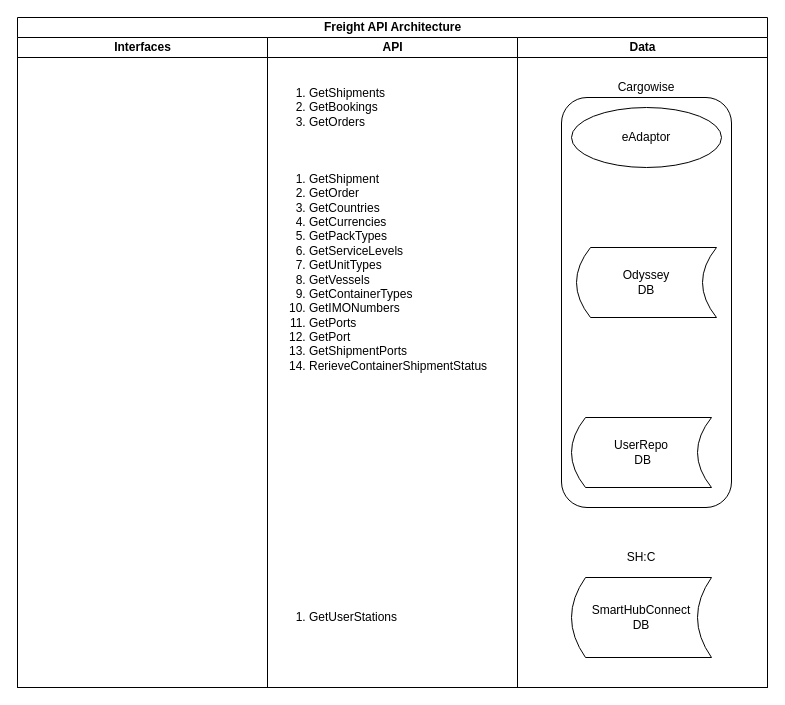
This is FreightAPIArchitecture.drawio from Cyrolies/TigersFreightDocs, a draw.io file, before an edit. Source tidied: cells renumbered, new cells numbered last; positions are measured from the earlier drawing's top-left corner, leaving out a move shared by most shapes. Both pictures are drawn from the tidied source at 100%, with x=0, y=0 at pixel (17, 17).
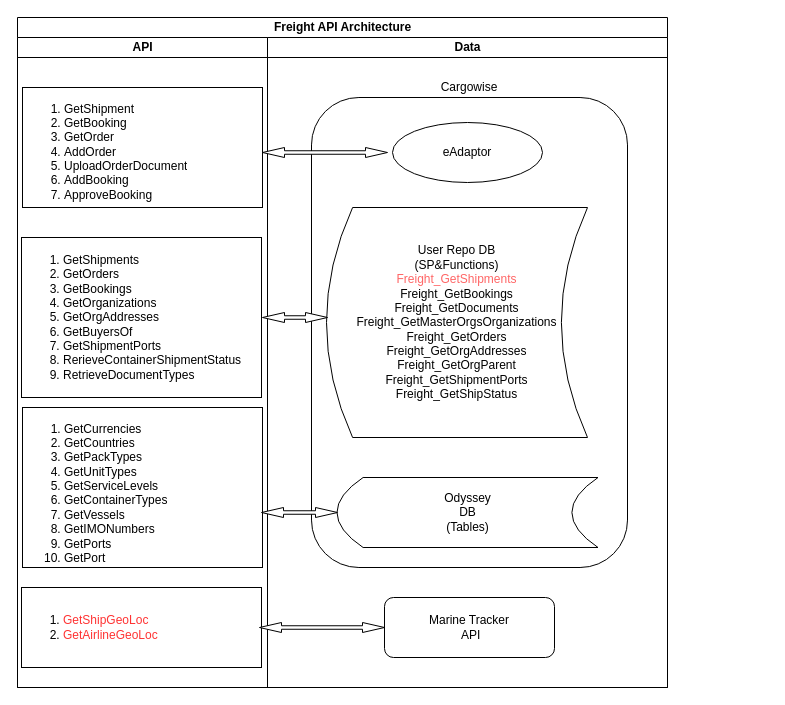
The same page after the edit.

Diff of the diagram source:
```diff
@@
 <mxGraphModel>
   <root>
     <mxCell id="0" />
     <mxCell id="1" parent="0" />
     <mxCell id="2" value="Freight API Architecture" style="swimlane;html=1;startSize=20;" parent="1" vertex="1">
-      <mxGeometry width="750" height="670" as="geometry" />
+      <mxGeometry width="650" height="670" as="geometry" />
     </mxCell>
-    <mxCell id="3" value="Interfaces" style="swimlane;html=1;startSize=20;" parent="2" vertex="1">
-      <mxGeometry y="20" width="250" height="650" as="geometry" />
-    </mxCell>
     <mxCell id="4" value="API" style="swimlane;html=1;startSize=20;" parent="2" vertex="1">
-      <mxGeometry x="250" y="20" width="250" height="650" as="geometry" />
+      <mxGeometry y="20" width="250" height="650" as="geometry" />
     </mxCell>
-    <mxCell id="5" value="&lt;ol&gt;&lt;li&gt;GetShipments&lt;/li&gt;&lt;li&gt;GetBookings&lt;/li&gt;&lt;li&gt;GetOrders&lt;/li&gt;&lt;/ol&gt;" style="text;strokeColor=none;fillColor=none;html=1;whiteSpace=wrap;verticalAlign=middle;overflow=hidden;" parent="4" vertex="1">
-      <mxGeometry y="30" width="240" height="80" as="geometry" />
+    <mxCell id="5" value="&lt;ol&gt;&lt;li&gt;GetShipment&lt;/li&gt;&lt;li&gt;GetBooking&lt;/li&gt;&lt;li&gt;GetOrder&lt;/li&gt;&lt;li&gt;AddOrder&lt;/li&gt;&lt;li&gt;UploadOrderDocument&lt;/li&gt;&lt;li&gt;AddBooking&lt;/li&gt;&lt;li&gt;&lt;span&gt;ApproveBooking&lt;/span&gt;&lt;br&gt;&lt;/li&gt;&lt;/ol&gt;" style="text;strokeColor=#000000;fillColor=none;html=1;whiteSpace=wrap;verticalAlign=middle;overflow=hidden;" parent="4" vertex="1">
+      <mxGeometry x="5" y="50" width="240" height="120" as="geometry" />
     </mxCell>
-    <mxCell id="6" value="&lt;ol&gt;&lt;li&gt;GetShipment&lt;/li&gt;&lt;li&gt;GetOrder&lt;/li&gt;&lt;li&gt;GetCountries&lt;/li&gt;&lt;li&gt;GetCurrencies&lt;/li&gt;&lt;li&gt;GetPackTypes&lt;/li&gt;&lt;li&gt;GetServiceLevels&lt;/li&gt;&lt;li&gt;GetUnitTypes&lt;/li&gt;&lt;li&gt;GetVessels&lt;/li&gt;&lt;li&gt;GetContainerTypes&lt;/li&gt;&lt;li&gt;GetIMONumbers&lt;/li&gt;&lt;li&gt;GetPorts&lt;/li&gt;&lt;li&gt;GetPort&lt;/li&gt;&lt;li&gt;GetShipmentPorts&lt;/li&gt;&lt;li&gt;RerieveContainerShipmentStatus&lt;/li&gt;&lt;/ol&gt;" style="text;strokeColor=none;fillColor=none;html=1;whiteSpace=wrap;verticalAlign=middle;overflow=hidden;" parent="4" vertex="1">
-      <mxGeometry y="110" width="240" height="250" as="geometry" />
+    <mxCell id="6" value="&lt;ol&gt;&lt;li&gt;GetShipments&lt;/li&gt;&lt;li&gt;GetOrders&lt;/li&gt;&lt;li&gt;GetBookings&lt;/li&gt;&lt;li&gt;GetOrganizations&lt;/li&gt;&lt;li&gt;GetOrgAddresses&lt;/li&gt;&lt;li&gt;GetBuyersOf&lt;/li&gt;&lt;li&gt;&lt;span&gt;GetShipmentPorts&lt;/span&gt;&lt;br&gt;&lt;/li&gt;&lt;li&gt;RerieveContainerShipmentStatus&lt;/li&gt;&lt;li&gt;RetrieveDocumentTypes&lt;/li&gt;&lt;/ol&gt;" style="text;strokeColor=#000000;fillColor=none;html=1;whiteSpace=wrap;verticalAlign=middle;overflow=hidden;" parent="4" vertex="1">
+      <mxGeometry x="4" y="200" width="240" height="160" as="geometry" />
     </mxCell>
-    <mxCell id="7" value="&lt;ol&gt;&lt;li&gt;GetUserStations&lt;/li&gt;&lt;/ol&gt;" style="text;strokeColor=none;fillColor=none;html=1;whiteSpace=wrap;verticalAlign=middle;overflow=hidden;" parent="4" vertex="1">
-      <mxGeometry y="540" width="240" height="80" as="geometry" />
+    <mxCell id="7" value="&lt;ol&gt;&lt;li&gt;&lt;font color=&quot;#ff3333&quot;&gt;GetShipGeoLoc&lt;/font&gt;&lt;/li&gt;&lt;li&gt;&lt;font color=&quot;#ff3333&quot;&gt;GetAirlineGeoLoc&lt;/font&gt;&lt;/li&gt;&lt;/ol&gt;" style="text;strokeColor=#000000;fillColor=none;html=1;whiteSpace=wrap;verticalAlign=middle;overflow=hidden;" parent="4" vertex="1">
+      <mxGeometry x="4" y="550" width="240" height="80" as="geometry" />
     </mxCell>
+    <mxCell id="16" value="&lt;ol&gt;&lt;li&gt;GetCurrencies&lt;/li&gt;&lt;li&gt;GetCountries&lt;/li&gt;&lt;li&gt;GetPackTypes&lt;/li&gt;&lt;li&gt;GetUnitTypes&lt;/li&gt;&lt;li&gt;GetServiceLevels&lt;/li&gt;&lt;li&gt;GetContainerTypes&lt;/li&gt;&lt;li&gt;GetVessels&lt;/li&gt;&lt;li&gt;GetIMONumbers&lt;/li&gt;&lt;li&gt;GetPorts&lt;/li&gt;&lt;li&gt;GetPort&lt;/li&gt;&lt;/ol&gt;" style="text;strokeColor=#000000;fillColor=none;html=1;whiteSpace=wrap;verticalAlign=middle;overflow=hidden;" parent="4" vertex="1">
+      <mxGeometry x="5" y="370" width="240" height="160" as="geometry" />
+    </mxCell>
     <mxCell id="8" value="Data" style="swimlane;html=1;startSize=20;" parent="2" vertex="1">
-      <mxGeometry x="500" y="20" width="250" height="650" as="geometry" />
+      <mxGeometry x="250" y="20" width="400" height="650" as="geometry" />
     </mxCell>
     <mxCell id="9" style="rounded=1;whiteSpace=wrap;html=1;" parent="8" vertex="1">
-      <mxGeometry x="44" y="60" width="170" height="410" as="geometry" />
+      <mxGeometry x="44" y="60" width="316" height="470" as="geometry" />
     </mxCell>
-    <mxCell id="10" value="Odyssey &lt;br&gt;DB" style="shape=dataStorage;whiteSpace=wrap;html=1;" parent="8" vertex="1">
-      <mxGeometry x="59" y="210" width="140" height="70" as="geometry" />
+    <mxCell id="10" value="Odyssey &lt;br&gt;DB&lt;br&gt;(Tables)" style="shape=dataStorage;whiteSpace=wrap;html=1;" parent="8" vertex="1">
+      <mxGeometry x="69.5" y="440" width="261" height="70" as="geometry" />
     </mxCell>
-    <mxCell id="11" value="UserRepo&lt;br&gt;&amp;nbsp;DB" style="shape=dataStorage;whiteSpace=wrap;html=1;" parent="8" vertex="1">
-      <mxGeometry x="54" y="380" width="140" height="70" as="geometry" />
+    <mxCell id="11" value="User Repo&amp;nbsp;DB&lt;br&gt;(SP&amp;amp;Functions)&lt;br&gt;&lt;font color=&quot;#ff6666&quot;&gt;Freight_GetShipments&lt;br&gt;&lt;/font&gt;Freight_GetBookings&lt;br&gt;Freight_GetDocuments&lt;br&gt;Freight_GetMasterOrgsOrganizations&lt;br&gt;Freight_GetOrders&lt;br&gt;Freight_GetOrgAddresses&lt;br&gt;Freight_GetOrgParent&lt;br&gt;Freight_GetShipmentPorts&lt;br&gt;Freight_GetShipStatus" style="shape=dataStorage;whiteSpace=wrap;html=1;" parent="8" vertex="1">
+      <mxGeometry x="59" y="170" width="261" height="230" as="geometry" />
     </mxCell>
     <mxCell id="12" value="eAdaptor" style="ellipse;whiteSpace=wrap;html=1;" parent="8" vertex="1">
-      <mxGeometry x="54" y="70" width="150" height="60" as="geometry" />
+      <mxGeometry x="125" y="85" width="150" height="60" as="geometry" />
     </mxCell>
-    <mxCell id="13" value="SmartHubConnect&lt;br&gt;DB" style="shape=dataStorage;whiteSpace=wrap;html=1;" parent="8" vertex="1">
-      <mxGeometry x="54" y="540" width="140" height="80" as="geometry" />
-    </mxCell>
     <mxCell id="14" value="Cargowise" style="text;html=1;strokeColor=none;fillColor=none;align=center;verticalAlign=middle;whiteSpace=wrap;rounded=0;" parent="8" vertex="1">
-      <mxGeometry x="109" y="40" width="40" height="20" as="geometry" />
+      <mxGeometry x="182" y="40" width="40" height="20" as="geometry" />
     </mxCell>
-    <mxCell id="15" value="SH:C" style="text;html=1;strokeColor=none;fillColor=none;align=center;verticalAlign=middle;whiteSpace=wrap;rounded=0;" parent="8" vertex="1">
-      <mxGeometry x="104" y="510" width="40" height="20" as="geometry" />
-    </mxCell>
+    <mxCell id="17" value="Marine Tracker&lt;br&gt;&amp;nbsp;API" style="rounded=1;whiteSpace=wrap;html=1;strokeColor=#000000;" parent="8" vertex="1">
+      <mxGeometry x="117" y="560" width="170" height="60" as="geometry" />
+    </mxCell>
+    <mxCell id="18" style="html=1;shadow=0;dashed=0;align=center;verticalAlign=middle;shape=mxgraph.arrows2.twoWayArrow;dy=0.65;dx=22;strokeColor=#000000;" parent="8" vertex="1">
+      <mxGeometry x="-5" y="110" width="125" height="10" as="geometry" />
+    </mxCell>
+    <mxCell id="19" style="html=1;shadow=0;dashed=0;align=center;verticalAlign=middle;shape=mxgraph.arrows2.twoWayArrow;dy=0.65;dx=22;strokeColor=#000000;" parent="8" vertex="1">
+      <mxGeometry x="-5" y="275" width="65" height="10" as="geometry" />
+    </mxCell>
+    <mxCell id="20" style="html=1;shadow=0;dashed=0;align=center;verticalAlign=middle;shape=mxgraph.arrows2.twoWayArrow;dy=0.65;dx=22;strokeColor=#000000;" parent="8" vertex="1">
+      <mxGeometry x="-6" y="470" width="76" height="10" as="geometry" />
+    </mxCell>
+    <mxCell id="21" style="html=1;shadow=0;dashed=0;align=center;verticalAlign=middle;shape=mxgraph.arrows2.twoWayArrow;dy=0.65;dx=22;strokeColor=#000000;" parent="8" vertex="1">
+      <mxGeometry x="-8" y="585" width="125" height="10" as="geometry" />
+    </mxCell>
   </root>
 </mxGraphModel>
```
